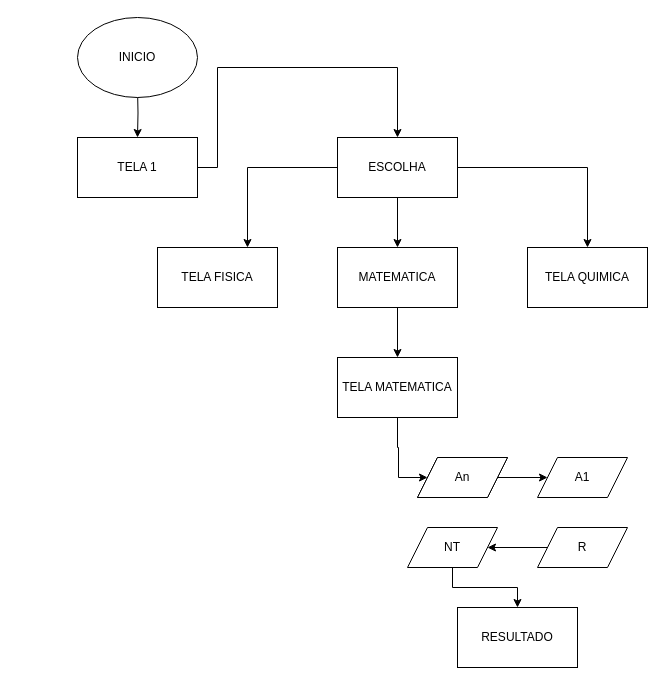
This is Diagrama sem nome.drawio from gabrielmorgado0/JS_course, a draw.io file, before an edit. Source tidied: cells renumbered, new cells numbered last; positions are measured from the earlier drawing's top-left corner, leaving out a move shared by most shapes. Both pictures are drawn from the tidied source at 100%, with x=0, y=0 at pixel (77, 17).
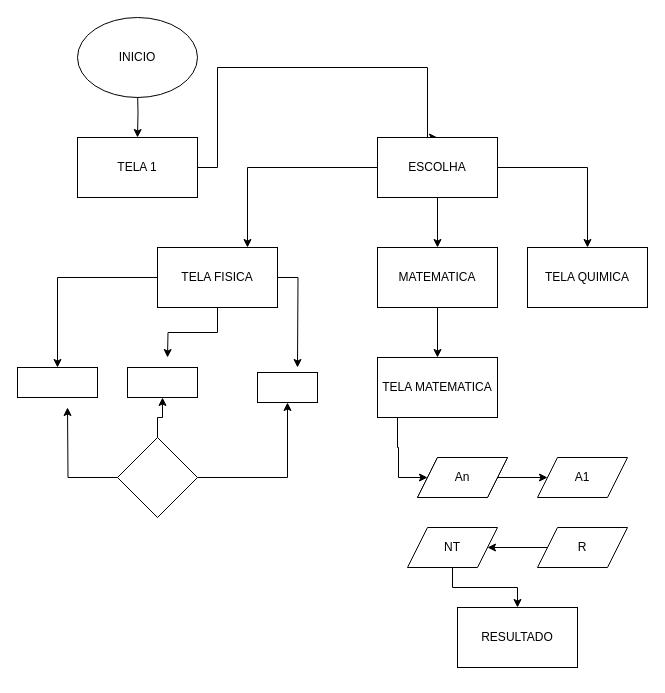
After the change.

The change refers to these unchanged cells:
```xml
<mxCell id="4" value="TELA 1" style="rounded=0;whiteSpace=wrap;html=1;" parent="1" vertex="1">
  <mxGeometry y="120" width="120" height="60" as="geometry" />
</mxCell>
<mxCell id="5" value="TELA FISICA" style="rounded=0;whiteSpace=wrap;html=1;" parent="1" vertex="1">
  <mxGeometry x="80" y="230" width="120" height="60" as="geometry" />
</mxCell>
```

What changed in the source:
```diff
@@
     <mxCell id="3" style="edgeStyle=orthogonalEdgeStyle;rounded=0;jettySize=auto;html=1;entryX=0.5;entryY=0;entryDx=0;entryDy=0;" parent="1" edge="1" source="4" target="9">
       <mxGeometry relative="1" as="geometry">
         <Array as="points">
           <mxPoint x="140" y="150" />
           <mxPoint x="140" y="50" />
-          <mxPoint x="320" y="50" />
+          <mxPoint x="350" y="50" />
+          <mxPoint x="350" y="120" />
         </Array>
       </mxGeometry>
     </mxCell>
@@
+    <mxCell id="27" style="edgeStyle=orthogonalEdgeStyle;rounded=0;jettySize=auto;html=1;" parent="1" edge="1" source="5">
+      <mxGeometry relative="1" as="geometry">
+        <mxPoint x="90" y="340" as="targetPoint" />
+      </mxGeometry>
+    </mxCell>
+    <mxCell id="28" style="edgeStyle=orthogonalEdgeStyle;rounded=0;jettySize=auto;html=1;" parent="1" edge="1" source="5" target="30">
+      <mxGeometry relative="1" as="geometry" />
+    </mxCell>
+    <mxCell id="29" style="edgeStyle=orthogonalEdgeStyle;rounded=0;jettySize=auto;html=1;" parent="1" edge="1" source="5">
+      <mxGeometry relative="1" as="geometry">
+        <mxPoint x="220" y="350" as="targetPoint" />
+      </mxGeometry>
+    </mxCell>
@@
     <mxCell id="9" value="ESCOLHA" style="rounded=0;whiteSpace=wrap;html=1;" parent="1" vertex="1">
-      <mxGeometry x="260" y="120" width="120" height="60" as="geometry" />
+      <mxGeometry x="300" y="120" width="120" height="60" as="geometry" />
     </mxCell>
@@
     <mxCell id="12" value="MATEMATICA" style="rounded=0;whiteSpace=wrap;html=1;" parent="1" vertex="1">
-      <mxGeometry x="260" y="230" width="120" height="60" as="geometry" />
+      <mxGeometry x="300" y="230" width="120" height="60" as="geometry" />
     </mxCell>
@@
     <mxCell id="15" value="TELA MATEMATICA" style="whiteSpace=wrap;html=1;rounded=0;" parent="1" vertex="1">
-      <mxGeometry x="260" y="340" width="120" height="60" as="geometry" />
+      <mxGeometry x="300" y="340" width="120" height="60" as="geometry" />
     </mxCell>
@@
+    <mxCell id="30" style="whiteSpace=wrap;html=1;rounded=0;" parent="1" vertex="1">
+      <mxGeometry x="-60" y="350" width="80" height="30" as="geometry" />
+    </mxCell>
+    <mxCell id="31" style="rounded=0;whiteSpace=wrap;html=1;" parent="1" vertex="1">
+      <mxGeometry x="50" y="350" width="70" height="30" as="geometry" />
+    </mxCell>
+    <mxCell id="32" style="rounded=0;whiteSpace=wrap;html=1;" parent="1" vertex="1">
+      <mxGeometry x="180" y="355" width="60" height="30" as="geometry" />
+    </mxCell>
+    <mxCell id="33" style="edgeStyle=orthogonalEdgeStyle;rounded=0;jettySize=auto;html=1;" parent="1" edge="1" source="36">
+      <mxGeometry relative="1" as="geometry">
+        <mxPoint x="-10" y="390" as="targetPoint" />
+      </mxGeometry>
+    </mxCell>
+    <mxCell id="34" style="edgeStyle=orthogonalEdgeStyle;rounded=0;jettySize=auto;html=1;" parent="1" edge="1" source="36" target="31">
+      <mxGeometry relative="1" as="geometry" />
+    </mxCell>
+    <mxCell id="35" style="edgeStyle=orthogonalEdgeStyle;rounded=0;jettySize=auto;html=1;entryX=0.5;entryY=1;entryDx=0;entryDy=0;" parent="1" edge="1" source="36" target="32">
+      <mxGeometry relative="1" as="geometry" />
+    </mxCell>
+    <mxCell id="36" style="rhombus;whiteSpace=wrap;html=1;" parent="1" vertex="1">
+      <mxGeometry x="40" y="420" width="80" height="80" as="geometry" />
+    </mxCell>
```
